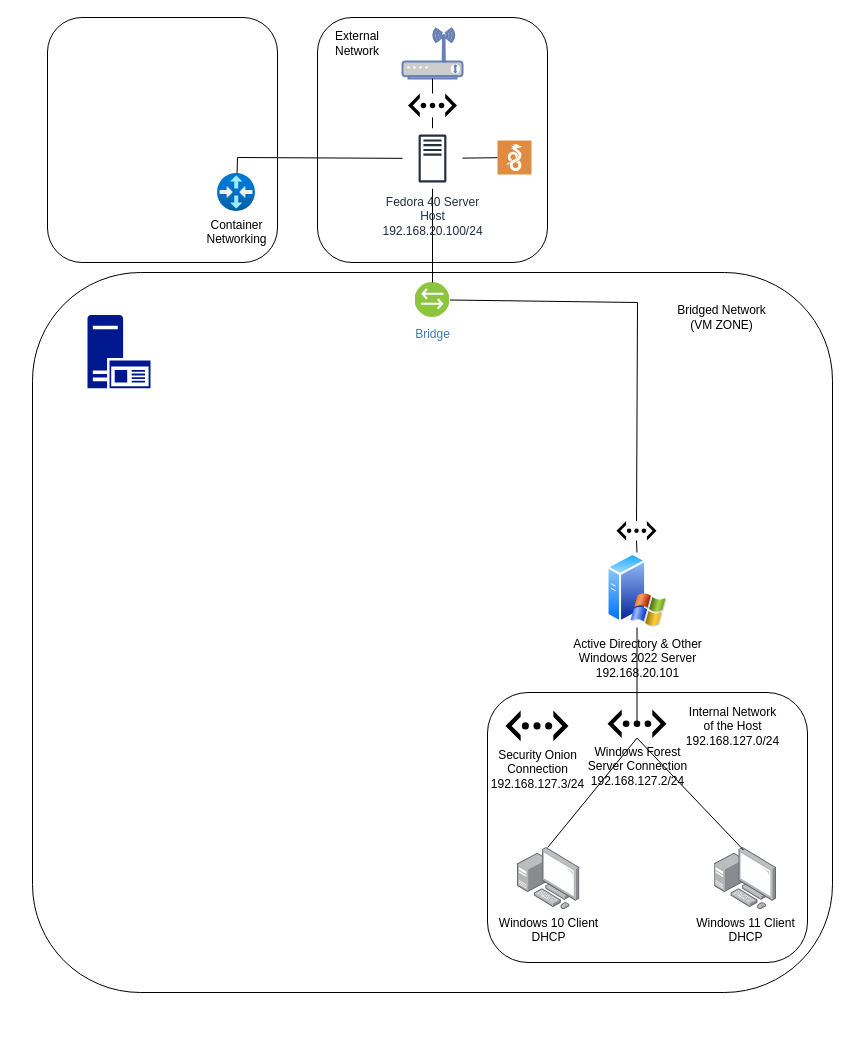
Before: Network-Diagram.drawio in thehomelessjanitor/seim-dmz, a draw.io diagram. Source tidied: cells renumbered, new cells numbered last; positions are measured from the earlier drawing's top-left corner, leaving out a move shared by most shapes. Both pictures are drawn from the tidied source at 100%, with x=0, y=0 at pixel (32, 17). Pictures stored in the file or linked from it are replaced by grey dashed boxes.
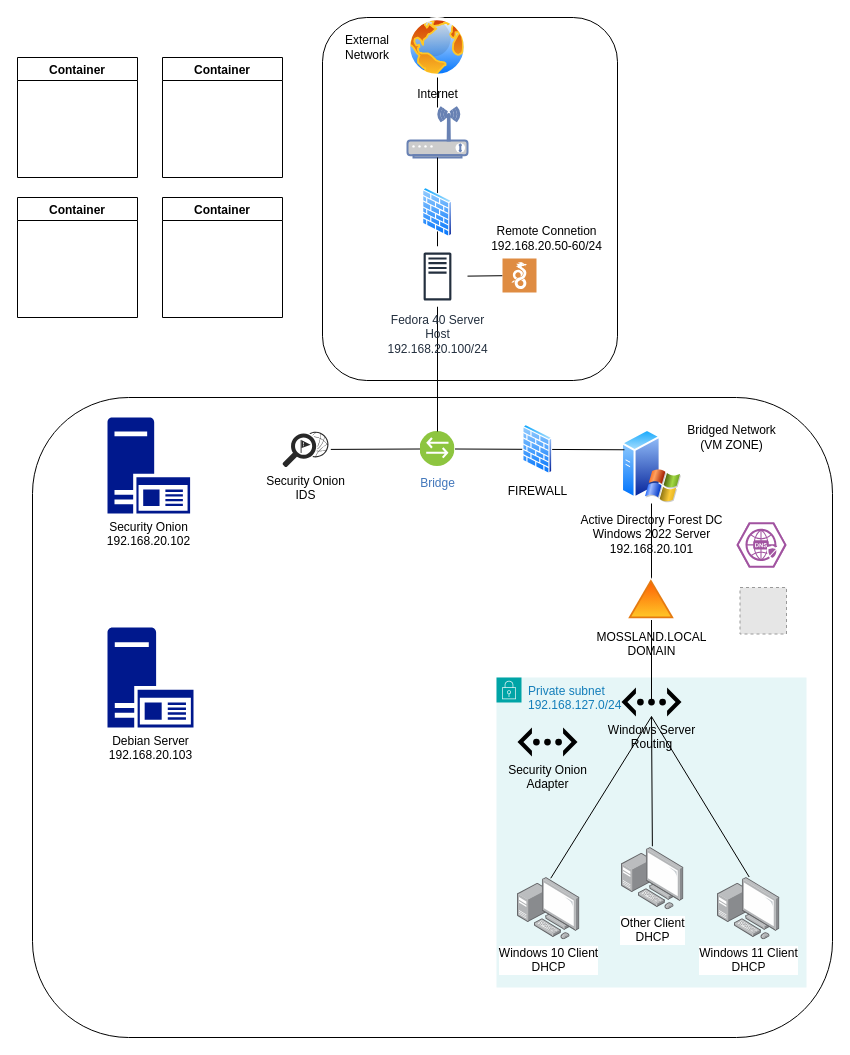
The same diagram, later.

What changed in the source:
```diff
@@
     <mxCell id="2" style="rounded=1;whiteSpace=wrap;html=1;" parent="1" vertex="1">
-      <mxGeometry y="255" width="800" height="720" as="geometry" />
+      <mxGeometry y="380" width="800" height="640" as="geometry" />
     </mxCell>
     <mxCell id="3" style="rounded=1;whiteSpace=wrap;html=1;" parent="1" vertex="1">
-      <mxGeometry x="285" width="230" height="245" as="geometry" />
+      <mxGeometry x="290" width="295" height="363" as="geometry" />
     </mxCell>
     <mxCell id="4" style="fontColor=#0066CC;verticalAlign=top;verticalLabelPosition=bottom;labelPosition=center;align=center;html=1;outlineConnect=0;fillColor=#CCCCCC;strokeColor=#6881B3;gradientColor=none;gradientDirection=north;strokeWidth=2;shape=mxgraph.networks.wireless_modem;" parent="1" vertex="1">
-      <mxGeometry x="370" y="11" width="60" height="50" as="geometry" />
+      <mxGeometry x="375" y="90" width="60" height="50" as="geometry" />
     </mxCell>
-    <mxCell id="5" style="shape=mxgraph.signs.tech.ethernet;html=1;fillColor=#000000;strokeColor=none;verticalLabelPosition=bottom;verticalAlign=top;align=center;" parent="1" vertex="1">
-      <mxGeometry x="375.5" y="76" width="49" height="23.8" as="geometry" />
-    </mxCell>
-    <mxCell id="6" style="endArrow=none;html=1;rounded=0;exitX=0.5;exitY=0;exitDx=0;exitDy=0;exitPerimeter=0;" parent="1" edge="1" source="5" target="4">
-      <mxGeometry relative="1" as="geometry" />
+    <mxCell id="6" style="endArrow=none;html=1;rounded=0;exitX=0.5;exitY=0;exitDx=0;exitDy=0;exitPerimeter=0;" parent="1" edge="1" target="4">
+      <mxGeometry relative="1" as="geometry">
+        <mxPoint x="405" y="180" as="sourcePoint" />
+      </mxGeometry>
     </mxCell>
-    <mxCell id="7" style="endArrow=none;html=1;rounded=0;entryX=0.5;entryY=1;entryDx=0;entryDy=0;entryPerimeter=0;" parent="1" edge="1" source="14" target="5">
-      <mxGeometry relative="1" as="geometry" />
+    <mxCell id="7" style="endArrow=none;html=1;rounded=0;entryX=0.5;entryY=1;entryDx=0;entryDy=0;entryPerimeter=0;" parent="1" edge="1" source="14">
+      <mxGeometry relative="1" as="geometry">
+        <mxPoint x="405" y="203.8" as="targetPoint" />
+      </mxGeometry>
     </mxCell>
     <mxCell id="8" value="Bridge" style="image;perimeter=ellipsePerimeter;html=1;align=center;shadow=0;dashed=0;fontColor=#4277BB;labelBackgroundColor=default;fontSize=12;spacingTop=3;image=img/lib/ibm/vpc/Bridge.svg;" parent="1" vertex="1">
-      <mxGeometry x="382.5" y="265" width="35" height="35" as="geometry" />
+      <mxGeometry x="387.5" y="414" width="35" height="35" as="geometry" />
     </mxCell>
     <mxCell id="9" value="External Network" style="text;html=1;align=center;verticalAlign=middle;whiteSpace=wrap;rounded=0;" parent="1" vertex="1">
-      <mxGeometry x="295" y="11" width="60" height="30" as="geometry" />
+      <mxGeometry x="305" y="15" width="60" height="30" as="geometry" />
     </mxCell>
@@
-    <mxCell id="11" style="rounded=1;whiteSpace=wrap;html=1;" parent="1" vertex="1">
-      <mxGeometry x="455" y="675" width="320" height="270" as="geometry" />
-    </mxCell>
     <mxCell id="12" value="Bridged Network&lt;div&gt;(VM ZONE)&lt;/div&gt;" style="text;html=1;align=center;verticalAlign=middle;strokeColor=none;fillColor=none;" parent="1" vertex="1">
-      <mxGeometry x="634" y="280" width="110" height="40" as="geometry" />
+      <mxGeometry x="644" y="400" width="110" height="40" as="geometry" />
     </mxCell>
-    <mxCell id="13" value="Internal Network&lt;div&gt;of the Host&lt;/div&gt;&lt;div&gt;192.168.127.0/24&lt;/div&gt;" style="text;html=1;align=center;verticalAlign=middle;strokeColor=none;fillColor=none;" parent="1" vertex="1">
-      <mxGeometry x="645" y="679.3" width="110" height="60" as="geometry" />
-    </mxCell>
     <mxCell id="14" value="&lt;div&gt;Fedora 40 Server&lt;/div&gt;&lt;div&gt;Host&lt;/div&gt;&lt;div&gt;192.168.20.100/24&lt;/div&gt;" style="sketch=0;outlineConnect=0;fontColor=#232F3E;gradientColor=none;strokeColor=#232F3E;fillColor=#ffffff;dashed=0;verticalLabelPosition=bottom;verticalAlign=top;align=center;html=1;fontSize=12;fontStyle=0;shape=mxgraph.aws4.resourceIcon;resIcon=mxgraph.aws4.traditional_server;" parent="1" vertex="1">
-      <mxGeometry x="370" y="111" width="60" height="60" as="geometry" />
+      <mxGeometry x="375" y="229" width="60" height="60" as="geometry" />
     </mxCell>
-    <mxCell id="15" style="rounded=1;whiteSpace=wrap;html=1;" parent="1" vertex="1">
-      <mxGeometry x="15" width="230" height="245" as="geometry" />
-    </mxCell>
-    <mxCell id="16" value="Container&lt;div&gt;Networking&lt;/div&gt;" style="image;html=1;points=[];align=center;fontSize=12;image=img/lib/azure2/networking/Virtual_Router.svg;" parent="1" vertex="1">
-      <mxGeometry x="185" y="156" width="38" height="38" as="geometry" />
-    </mxCell>
-    <mxCell id="17" style="endArrow=none;html=1;rounded=0;" parent="1" edge="1" source="16" target="14">
-      <mxGeometry relative="1" as="geometry">
-        <Array as="points">
-          <mxPoint x="205" y="140" />
-        </Array>
-      </mxGeometry>
-    </mxCell>
-    <mxCell id="18" value="Active Directory &amp;amp; Other&lt;div&gt;Windows 2022 Server&lt;/div&gt;&lt;div&gt;192.168.20.101&lt;/div&gt;" style="image;perimeter=ellipsePerimeter;html=1;align=center;shadow=0;dashed=0;spacingTop=3;image=img/lib/active_directory/windows_server_2.svg;" parent="1" vertex="1">
-      <mxGeometry x="574.5" y="535" width="60" height="75" as="geometry" />
+    <mxCell id="18" value="Active Directory Forest DC&lt;div&gt;Windows 2022 Server&lt;/div&gt;&lt;div&gt;192.168.20.101&lt;/div&gt;" style="image;perimeter=ellipsePerimeter;html=1;align=center;shadow=0;dashed=0;spacingTop=3;image=img/lib/active_directory/windows_server_2.svg;" parent="1" vertex="1">
+      <mxGeometry x="589" y="411" width="60" height="75" as="geometry" />
     </mxCell>
-    <mxCell id="19" style="sketch=0;shadow=0;dashed=0;html=1;strokeColor=none;labelPosition=center;verticalLabelPosition=bottom;verticalAlign=top;align=center;fillColor=#00188D;shape=mxgraph.mscae.enterprise.application_server2;" parent="1" vertex="1">
-      <mxGeometry x="55" y="297.5" width="63" height="73.3" as="geometry" />
-    </mxCell>
-    <mxCell id="20" value="Windows Forest&lt;div&gt;Server Connection&lt;/div&gt;&lt;div&gt;192.168.127.2/24&lt;/div&gt;" style="shape=mxgraph.signs.tech.ethernet;html=1;fillColor=#000000;strokeColor=none;verticalLabelPosition=bottom;verticalAlign=top;align=center;" parent="1" vertex="1">
-      <mxGeometry x="575" y="692" width="59" height="28.6" as="geometry" />
-    </mxCell>
-    <mxCell id="21" style="endArrow=none;html=1;rounded=0;exitX=0.5;exitY=0.566;exitDx=0;exitDy=0;exitPerimeter=0;entryX=0.5;entryY=1;entryDx=0;entryDy=0;" parent="1" edge="1" source="20" target="18">
+    <mxCell id="21" style="endArrow=none;html=1;rounded=0;exitX=0.5;exitY=0.566;exitDx=0;exitDy=0;exitPerimeter=0;entryX=0.5;entryY=1;entryDx=0;entryDy=0;" parent="1" edge="1" source="37" target="18">
       <mxGeometry relative="1" as="geometry" />
     </mxCell>
-    <mxCell id="22" style="endArrow=none;html=1;rounded=0;exitX=1;exitY=0.5;exitDx=0;exitDy=0;" parent="1" edge="1" source="8" target="23">
-      <mxGeometry relative="1" as="geometry">
-        <Array as="points">
-          <mxPoint x="605" y="285" />
-        </Array>
-      </mxGeometry>
-    </mxCell>
-    <mxCell id="23" style="shape=mxgraph.signs.tech.ethernet;html=1;fillColor=#000000;strokeColor=none;verticalLabelPosition=bottom;verticalAlign=top;align=center;" parent="1" vertex="1">
-      <mxGeometry x="584" y="503.6" width="40" height="19.4" as="geometry" />
-    </mxCell>
-    <mxCell id="24" style="endArrow=none;html=1;rounded=0;entryX=0.5;entryY=1;entryDx=0;entryDy=0;entryPerimeter=0;exitX=0.5;exitY=0;exitDx=0;exitDy=0;" parent="1" edge="1" source="18" target="23">
-      <mxGeometry relative="1" as="geometry" />
-    </mxCell>
-    <mxCell id="25" value="Windows 10 Client&lt;div&gt;DHCP&lt;/div&gt;" style="image;points=[];html=1;align=center;shadow=0;dashed=0;image=img/lib/allied_telesis/computer_and_terminals/Personal_Computer_with_Server.svg;" parent="1" vertex="1">
-      <mxGeometry x="485" y="830" width="62.4" height="62.4" as="geometry" />
-    </mxCell>
-    <mxCell id="26" style="endArrow=none;html=1;rounded=0;exitX=0.5;exitY=1;exitDx=0;exitDy=0;exitPerimeter=0;entryX=0.483;entryY=0;entryDx=0;entryDy=0;entryPerimeter=0;" parent="1" edge="1" source="20" target="25">
-      <mxGeometry relative="1" as="geometry" />
-    </mxCell>
-    <mxCell id="27" value="Windows 11 Client&lt;div&gt;DHCP&lt;/div&gt;" style="image;points=[];html=1;align=center;shadow=0;dashed=0;image=img/lib/allied_telesis/computer_and_terminals/Personal_Computer_with_Server.svg;" parent="1" vertex="1">
-      <mxGeometry x="681.6" y="830" width="62.4" height="62.4" as="geometry" />
-    </mxCell>
-    <mxCell id="28" style="endArrow=none;html=1;rounded=0;entryX=0.471;entryY=0.041;entryDx=0;entryDy=0;entryPerimeter=0;exitX=0.5;exitY=1;exitDx=0;exitDy=0;exitPerimeter=0;" parent="1" edge="1" source="20" target="27">
-      <mxGeometry relative="1" as="geometry" />
-    </mxCell>
-    <mxCell id="29" value="Security Onion&lt;div&gt;Connection&lt;/div&gt;&lt;div&gt;192.168.127.3/24&lt;/div&gt;" style="shape=mxgraph.signs.tech.ethernet;html=1;fillColor=#000000;strokeColor=none;verticalLabelPosition=bottom;verticalAlign=top;align=center;" parent="1" vertex="1">
-      <mxGeometry x="473" y="693.1" width="63" height="30.6" as="geometry" />
-    </mxCell>
@@
     <mxCell id="31" style="sketch=0;shadow=0;dashed=0;html=1;strokeColor=none;fillColor=#DF8C42;labelPosition=center;verticalLabelPosition=bottom;verticalAlign=top;align=center;outlineConnect=0;shape=mxgraph.veeam2.wireguard;" parent="1" vertex="1">
-      <mxGeometry x="465" y="123" width="34" height="34" as="geometry" />
+      <mxGeometry x="470" y="241" width="34" height="34" as="geometry" />
     </mxCell>
+    <mxCell id="32" value="Internet" style="image;perimeter=ellipsePerimeter;html=1;align=center;shadow=0;dashed=0;spacingTop=3;image=img/lib/active_directory/internet_globe.svg;" parent="1" vertex="1">
+      <mxGeometry x="375" width="60" height="60" as="geometry" />
+    </mxCell>
+    <mxCell id="33" style="endArrow=none;html=1;rounded=0;exitX=0.5;exitY=1;exitDx=0;exitDy=0;" parent="1" edge="1" source="32" target="4">
+      <mxGeometry relative="1" as="geometry" />
+    </mxCell>
+    <mxCell id="34" style="endArrow=none;html=1;rounded=0;entryX=1;entryY=0.5;entryDx=0;entryDy=0;exitX=0;exitY=0.25;exitDx=0;exitDy=0;" parent="1" edge="1" source="18" target="8">
+      <mxGeometry relative="1" as="geometry" />
+    </mxCell>
+    <mxCell id="35" value="FIREWALL" style="image;perimeter=ellipsePerimeter;html=1;align=center;shadow=0;dashed=0;spacingTop=3;image=img/lib/active_directory/firewall.svg;" parent="1" vertex="1">
+      <mxGeometry x="490" y="407" width="30.5" height="50" as="geometry" />
+    </mxCell>
+    <mxCell id="36" style="image;perimeter=ellipsePerimeter;html=1;align=center;shadow=0;dashed=0;spacingTop=3;image=img/lib/active_directory/firewall.svg;" parent="1" vertex="1">
+      <mxGeometry x="389.8" y="170" width="30.5" height="50" as="geometry" />
+    </mxCell>
+    <mxCell id="37" value="MOSSLAND.LOCAL&lt;div&gt;DOMAIN&lt;/div&gt;" style="image;perimeter=ellipsePerimeter;html=1;align=center;shadow=0;dashed=0;spacingTop=3;image=img/lib/active_directory/windows_domain.svg;" parent="1" vertex="1">
+      <mxGeometry x="594" y="560" width="50" height="42.5" as="geometry" />
+    </mxCell>
+    <mxCell id="38" value="Private subnet&lt;div&gt;192.168.127.0/24&lt;/div&gt;" style="gradientColor=none;html=1;whiteSpace=wrap;fontSize=12;fontStyle=0;shape=mxgraph.aws4.group;grIcon=mxgraph.aws4.group_security_group;grStroke=0;strokeColor=#00A4A6;fillColor=#E6F6F7;verticalAlign=top;align=left;spacingLeft=30;fontColor=#147EBA;dashed=0;" parent="1" vertex="1">
+      <mxGeometry x="464" y="660" width="310" height="310" as="geometry" />
+    </mxCell>
+    <mxCell id="25" value="Windows 10 Client&lt;div&gt;DHCP&lt;/div&gt;" style="image;points=[];html=1;align=center;shadow=0;dashed=0;image=img/lib/allied_telesis/computer_and_terminals/Personal_Computer_with_Server.svg;" parent="38" vertex="1">
+      <mxGeometry x="21" y="200" width="62.4" height="62.4" as="geometry" />
+    </mxCell>
+    <mxCell id="39" value="Other Client&lt;div&gt;DHCP&lt;/div&gt;" style="image;points=[];html=1;align=center;shadow=0;dashed=0;image=img/lib/allied_telesis/computer_and_terminals/Personal_Computer_with_Server.svg;" parent="38" vertex="1">
+      <mxGeometry x="125" y="170" width="62.4" height="62.4" as="geometry" />
+    </mxCell>
+    <mxCell id="27" value="Windows 11 Client&lt;div&gt;DHCP&lt;/div&gt;" style="image;points=[];html=1;align=center;shadow=0;dashed=0;image=img/lib/allied_telesis/computer_and_terminals/Personal_Computer_with_Server.svg;" parent="38" vertex="1">
+      <mxGeometry x="221" y="200" width="62.4" height="62.4" as="geometry" />
+    </mxCell>
+    <mxCell id="40" value="Windows Server&lt;div&gt;Routing&lt;/div&gt;" style="shape=mxgraph.signs.tech.ethernet;html=1;fillColor=#000000;strokeColor=none;verticalLabelPosition=bottom;verticalAlign=top;align=center;" parent="38" vertex="1">
+      <mxGeometry x="125" y="10" width="60" height="29.1" as="geometry" />
+    </mxCell>
+    <mxCell id="41" value="Security Onion&lt;div&gt;Adapter&lt;/div&gt;" style="shape=mxgraph.signs.tech.ethernet;html=1;fillColor=#000000;strokeColor=none;verticalLabelPosition=bottom;verticalAlign=top;align=center;" parent="38" vertex="1">
+      <mxGeometry x="21" y="50" width="60" height="29.1" as="geometry" />
+    </mxCell>
+    <mxCell id="42" style="endArrow=none;html=1;rounded=0;entryX=0.495;entryY=-0.02;entryDx=0;entryDy=0;entryPerimeter=0;exitX=0.5;exitY=1;exitDx=0;exitDy=0;exitPerimeter=0;" parent="38" edge="1" source="40" target="39">
+      <mxGeometry relative="1" as="geometry" />
+    </mxCell>
+    <mxCell id="43" style="endArrow=none;html=1;rounded=0;entryX=0.533;entryY=0.012;entryDx=0;entryDy=0;entryPerimeter=0;exitX=0.5;exitY=1;exitDx=0;exitDy=0;exitPerimeter=0;" parent="38" edge="1" source="40" target="25">
+      <mxGeometry relative="1" as="geometry" />
+    </mxCell>
+    <mxCell id="44" style="endArrow=none;html=1;rounded=0;exitX=0.508;exitY=-0.008;exitDx=0;exitDy=0;exitPerimeter=0;entryX=0.5;entryY=1;entryDx=0;entryDy=0;entryPerimeter=0;" parent="38" edge="1" source="27" target="40">
+      <mxGeometry relative="1" as="geometry" />
+    </mxCell>
+    <mxCell id="45" style="endArrow=none;html=1;rounded=0;entryX=0.5;entryY=0.511;entryDx=0;entryDy=0;entryPerimeter=0;exitX=0.5;exitY=1;exitDx=0;exitDy=0;" parent="1" edge="1" source="37" target="40">
+      <mxGeometry relative="1" as="geometry" />
+    </mxCell>
+    <mxCell id="46" value="Remote Connetion&lt;div&gt;192.168.20.50-60/24&lt;/div&gt;" style="text;html=1;align=center;verticalAlign=middle;strokeColor=none;fillColor=none;" parent="1" vertex="1">
+      <mxGeometry x="454" y="201" width="120" height="40" as="geometry" />
+    </mxCell>
+    <mxCell id="47" value="Security Onion&lt;div&gt;IDS&lt;/div&gt;" style="verticalLabelPosition=bottom;sketch=0;html=1;fillColor=#282828;strokeColor=none;verticalAlign=top;align=center;shape=mxgraph.cisco_safe.security_icons.ids;" parent="1" vertex="1">
+      <mxGeometry x="250" y="414.2" width="46" height="35.5" as="geometry" />
+    </mxCell>
+    <mxCell id="48" style="endArrow=none;html=1;rounded=0;entryX=0;entryY=0.5;entryDx=0;entryDy=0;exitX=1.05;exitY=0.499;exitDx=0;exitDy=0;exitPerimeter=0;" parent="1" edge="1" source="47" target="8">
+      <mxGeometry relative="1" as="geometry" />
+    </mxCell>
+    <mxCell id="49" value="Container" style="swimlane;" parent="1" vertex="1">
+      <mxGeometry x="-15" y="40" width="120" height="120" as="geometry" />
+    </mxCell>
+    <mxCell id="50" value="Container" style="swimlane;" parent="1" vertex="1">
+      <mxGeometry x="130" y="40" width="120" height="120" as="geometry" />
+    </mxCell>
+    <mxCell id="51" value="Container" style="swimlane;" parent="1" vertex="1">
+      <mxGeometry x="-15" y="180" width="120" height="120" as="geometry" />
+    </mxCell>
+    <mxCell id="52" value="Container" style="swimlane;" parent="1" vertex="1">
+      <mxGeometry x="130" y="180" width="120" height="120" as="geometry" />
+    </mxCell>
+    <mxCell id="53" style="verticalLabelPosition=bottom;sketch=0;html=1;fillColor=#A153A0;strokeColor=#ffffff;verticalAlign=top;align=center;shape=mxgraph.cisco_safe.compositeIcon;bgIcon=mxgraph.cisco_safe.design.blank_device;resIcon=mxgraph.cisco_safe.design.secure_dns_2;" parent="1" vertex="1">
+      <mxGeometry x="704" y="505" width="50" height="45" as="geometry" />
+    </mxCell>
+    <mxCell id="54" style="fillColor=#E6E6E6;strokeColor=#999999;dashed=1;verticalLabelPosition=bottom;labelBackgroundColor=default;verticalAlign=top;" parent="1" vertex="1">
+      <mxGeometry x="707.5" y="570" width="46.5" height="46.5" as="geometry" />
+    </mxCell>
+    <mxCell id="55" value="Security Onion&lt;div&gt;192.168.20.102&lt;/div&gt;" style="sketch=0;shadow=0;dashed=0;html=1;strokeColor=none;labelPosition=center;verticalLabelPosition=bottom;verticalAlign=top;align=center;fillColor=#00188D;shape=mxgraph.mscae.enterprise.application_server2;" parent="1" vertex="1">
+      <mxGeometry x="75" y="400" width="82.6" height="96" as="geometry" />
+    </mxCell>
+    <mxCell id="56" value="Debian Server&lt;div&gt;192.168.20.103&lt;/div&gt;" style="sketch=0;shadow=0;dashed=0;html=1;strokeColor=none;labelPosition=center;verticalLabelPosition=bottom;verticalAlign=top;align=center;fillColor=#00188D;shape=mxgraph.mscae.enterprise.application_server2;" parent="1" vertex="1">
+      <mxGeometry x="75" y="610" width="86" height="100" as="geometry" />
+    </mxCell>
```
